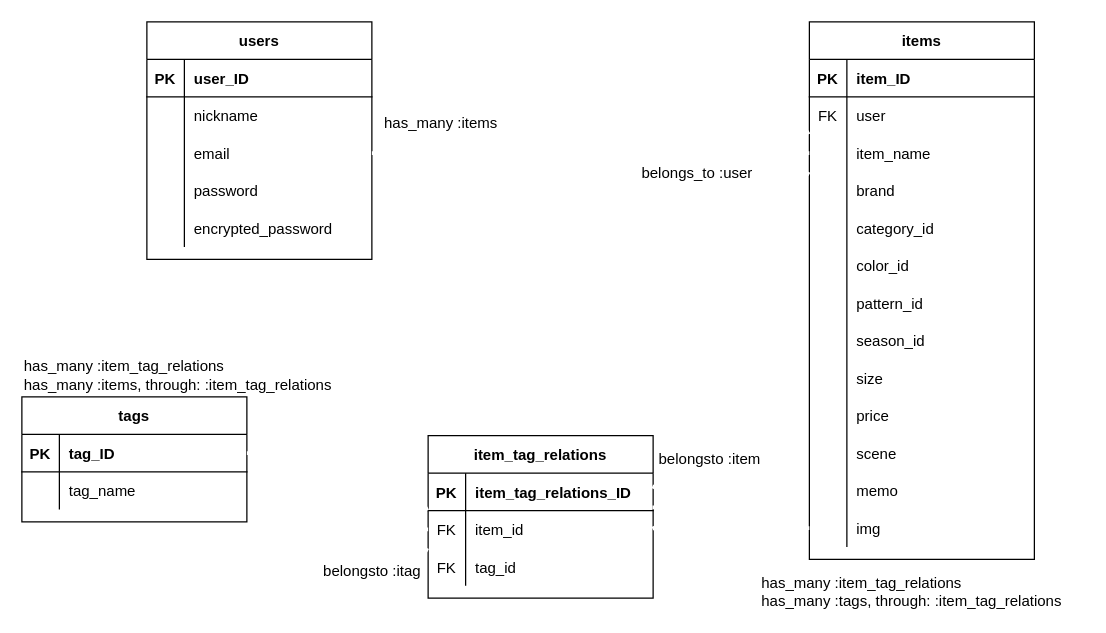
Earlier version of the draw.io diagram er.dio (kogajun/up-clo). Source tidied: cells renumbered, new cells numbered last; positions are measured from the earlier drawing's top-left corner, leaving out a move shared by most shapes. Both pictures are drawn from the tidied source at 125%, with x=0, y=0 at pixel (21, 21).
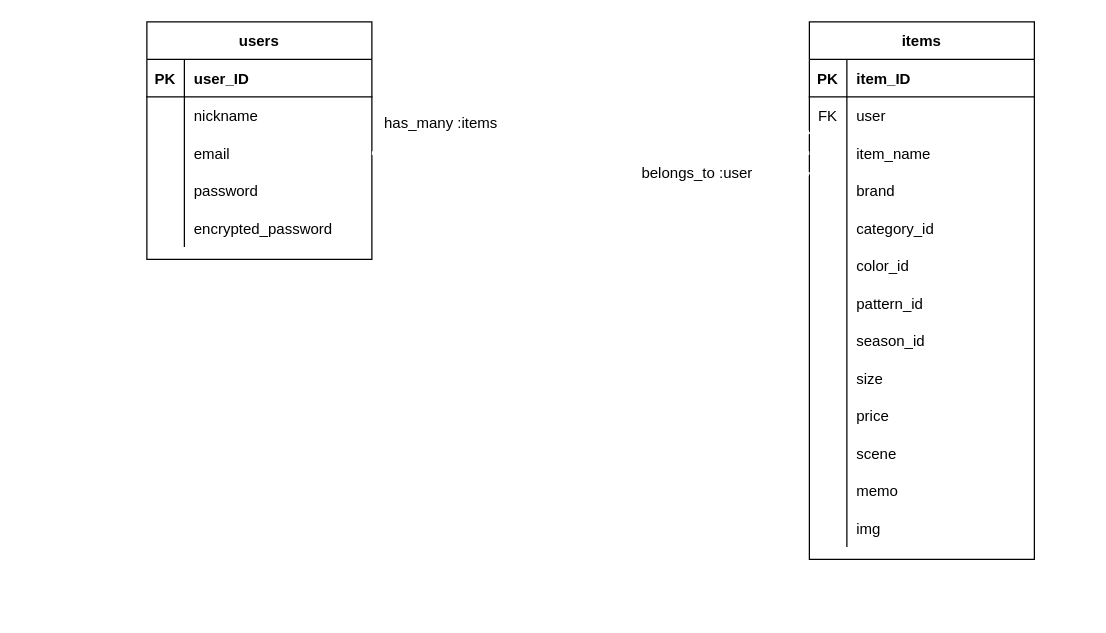
Above is the later version.

Unchanged cells that the change refers to:
```xml
<mxCell id="55" style="shape=partialRectangle;fillColor=none;top=0;left=0;bottom=0;right=0;points=[[0,0.5],[1,0.5]];portConstraint=eastwest;" parent="18" vertex="1">
  <mxGeometry y="390" width="180" height="30" as="geometry" />
</mxCell>
```

The edit, as a diff of the source:
```diff
@@
-    <mxCell id="58" value="tags" style="shape=table;startSize=30;childLayout=tableLayout;rowLines=0;fontStyle=1;align=center;" parent="1" vertex="1">
-      <mxGeometry y="300" width="180" height="100" as="geometry" />
-    </mxCell>
-    <mxCell id="59" style="shape=partialRectangle;fillColor=none;top=0;left=0;bottom=1;right=0;points=[[0,0.5],[1,0.5]];portConstraint=eastwest;" parent="58" vertex="1">
-      <mxGeometry y="30" width="180" height="30" as="geometry" />
-    </mxCell>
-    <mxCell id="60" value="PK" style="shape=partialRectangle;fillColor=none;top=0;left=0;bottom=0;right=0;fontStyle=1;overflow=hidden;" parent="59" vertex="1">
-      <mxGeometry width="30" height="30" as="geometry" />
-    </mxCell>
-    <mxCell id="61" value="tag_ID" style="shape=partialRectangle;fillColor=none;top=0;left=0;bottom=0;right=0;align=left;spacingLeft=6;fontStyle=1;overflow=hidden;" parent="59" vertex="1">
-      <mxGeometry x="30" width="150" height="30" as="geometry" />
-    </mxCell>
-    <mxCell id="62" style="shape=partialRectangle;fillColor=none;top=0;left=0;bottom=0;right=0;" parent="58" vertex="1">
-      <mxGeometry y="60" width="180" height="30" as="geometry" />
-    </mxCell>
-    <mxCell id="63" style="shape=partialRectangle;fillColor=none;top=0;left=0;bottom=0;right=0;overflow=hidden;" parent="62" vertex="1">
-      <mxGeometry width="30" height="30" as="geometry" />
-    </mxCell>
-    <mxCell id="64" value="tag_name" style="shape=partialRectangle;fillColor=none;top=0;left=0;bottom=0;right=0;align=left;spacingLeft=6;overflow=hidden;" parent="62" vertex="1">
-      <mxGeometry x="30" width="150" height="30" as="geometry" />
-    </mxCell>
-    <mxCell id="65" value="item_tag_relations" style="shape=table;startSize=30;childLayout=tableLayout;rowLines=0;fontStyle=1;align=center;rounded=0;sketch=0;" parent="1" vertex="1">
-      <mxGeometry x="325" y="331" width="180" height="130" as="geometry" />
-    </mxCell>
-    <mxCell id="66" style="shape=partialRectangle;fillColor=none;top=0;left=0;bottom=1;right=0;points=[[0,0.5],[1,0.5]];portConstraint=eastwest;" parent="65" vertex="1">
-      <mxGeometry y="30" width="180" height="30" as="geometry" />
-    </mxCell>
-    <mxCell id="67" value="PK" style="shape=partialRectangle;fillColor=none;top=0;left=0;bottom=0;right=0;fontStyle=1;overflow=hidden;" parent="66" vertex="1">
-      <mxGeometry width="30" height="30" as="geometry" />
-    </mxCell>
-    <mxCell id="68" value="item_tag_relations_ID" style="shape=partialRectangle;fillColor=none;top=0;left=0;bottom=0;right=0;align=left;spacingLeft=6;fontStyle=1;overflow=hidden;" parent="66" vertex="1">
-      <mxGeometry x="30" width="150" height="30" as="geometry" />
-    </mxCell>
-    <mxCell id="69" style="shape=partialRectangle;fillColor=none;top=0;left=0;bottom=0;right=0;points=[[0,0.5],[1,0.5]];portConstraint=eastwest;" parent="65" vertex="1">
-      <mxGeometry y="60" width="180" height="30" as="geometry" />
-    </mxCell>
-    <mxCell id="70" value="FK" style="shape=partialRectangle;fillColor=none;top=0;left=0;bottom=0;right=0;overflow=hidden;" parent="69" vertex="1">
-      <mxGeometry width="30" height="30" as="geometry" />
-    </mxCell>
-    <mxCell id="71" value="item_id" style="shape=partialRectangle;fillColor=none;top=0;left=0;bottom=0;right=0;align=left;spacingLeft=6;overflow=hidden;" parent="69" vertex="1">
-      <mxGeometry x="30" width="150" height="30" as="geometry" />
-    </mxCell>
-    <mxCell id="72" style="shape=partialRectangle;fillColor=none;top=0;left=0;bottom=0;right=0;" parent="65" vertex="1">
-      <mxGeometry y="90" width="180" height="30" as="geometry" />
-    </mxCell>
-    <mxCell id="73" value="FK" style="shape=partialRectangle;fillColor=none;top=0;left=0;bottom=0;right=0;overflow=hidden;" parent="72" vertex="1">
-      <mxGeometry width="30" height="30" as="geometry" />
-    </mxCell>
-    <mxCell id="74" value="tag_id" style="shape=partialRectangle;fillColor=none;top=0;left=0;bottom=0;right=0;align=left;spacingLeft=6;overflow=hidden;" parent="72" vertex="1">
-      <mxGeometry x="30" width="150" height="30" as="geometry" />
-    </mxCell>
@@
-    <mxCell id="76" style="edgeStyle=entityRelationEdgeStyle;fontSize=12;html=1;endArrow=ERoneToMany;strokeWidth=3;targetPerimeterSpacing=0;strokeColor=#FFFFFF;endSize=30;startSize=30;startArrow=ERone;startFill=0;entryX=0;entryY=0.5;entryDx=0;entryDy=0;exitX=1;exitY=0.5;exitDx=0;exitDy=0;" parent="1" edge="1" source="59" target="69">
-      <mxGeometry relative="1" as="geometry" />
-    </mxCell>
-    <mxCell id="77" style="edgeStyle=entityRelationEdgeStyle;fontSize=12;html=1;endArrow=ERone;strokeWidth=3;targetPerimeterSpacing=0;strokeColor=#FFFFFF;endSize=30;startSize=30;startArrow=ERmany;startFill=0;endFill=0;entryX=0;entryY=0.5;entryDx=0;entryDy=0;exitX=0.997;exitY=0.916;exitDx=0;exitDy=0;exitPerimeter=0;" parent="1" edge="1" source="66" target="55">
-      <mxGeometry relative="1" as="geometry" />
-    </mxCell>
@@
-    <mxCell id="80" value="has_many :item_tag_relations&lt;br&gt;&lt;div&gt;&lt;span&gt;has_many :tags, through: :item_tag_relations&lt;/span&gt;&lt;/div&gt;" style="text;html=1;align=left;verticalAlign=middle;strokeColor=none;" parent="1" vertex="1">
-      <mxGeometry x="590" y="441" width="260" height="30" as="geometry" />
-    </mxCell>
-    <mxCell id="81" value="belongsto :item" style="text;html=1;align=center;verticalAlign=middle;strokeColor=none;" parent="1" vertex="1">
-      <mxGeometry x="500" y="340" width="100" height="20" as="geometry" />
-    </mxCell>
-    <mxCell id="82" value="&lt;span&gt;has_many :item_tag_relations&lt;/span&gt;&lt;br&gt;&lt;div&gt;has_many :items, through: :item_tag_relations&lt;/div&gt;" style="text;html=1;align=left;verticalAlign=middle;strokeColor=none;" parent="1" vertex="1">
-      <mxGeometry y="268" width="260" height="30" as="geometry" />
-    </mxCell>
-    <mxCell id="83" value="belongsto :itag" style="text;html=1;align=center;verticalAlign=middle;strokeColor=none;" parent="1" vertex="1">
-      <mxGeometry x="235" y="430" width="90" height="20" as="geometry" />
-    </mxCell>
```
